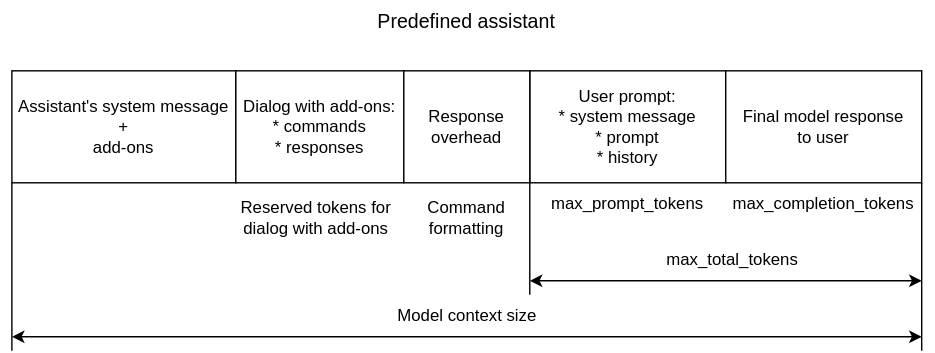
This is predefined_assistant_context_breakdown.svg from epam/ai-dial-assistant, a draw.io export, as it was before one commit. Source tidied: cells renumbered, new cells last; positions are measured from the earlier drawing's top-left corner, leaving out a move shared by most shapes. Source of this version:
```xml
<mxGraphModel>
  <root>
    <mxCell id="0" />
    <mxCell id="1" parent="0" />
    <mxCell id="2" value="Assistant's system message&lt;br&gt;+&lt;br&gt;add-ons" style="rounded=0;whiteSpace=wrap;html=1;" parent="1" vertex="1">
      <mxGeometry y="50" width="160" height="80" as="geometry" />
    </mxCell>
    <mxCell id="3" value="User prompt:&lt;br&gt;* system message&lt;br&gt;* prompt&lt;br&gt;* history" style="rounded=0;whiteSpace=wrap;html=1;" parent="1" vertex="1">
      <mxGeometry x="370" y="50" width="140" height="80" as="geometry" />
    </mxCell>
    <mxCell id="4" value="Dialog with add-ons:&lt;br&gt;* commands&lt;br&gt;* responses" style="rounded=0;whiteSpace=wrap;html=1;" parent="1" vertex="1">
      <mxGeometry x="160" y="50" width="120" height="80" as="geometry" />
    </mxCell>
    <mxCell id="5" value="&lt;font style=&quot;font-size: 14px;&quot;&gt;Predefined assistant&lt;/font&gt;" style="text;html=1;strokeColor=none;fillColor=none;align=center;verticalAlign=middle;whiteSpace=wrap;rounded=0;" parent="1" vertex="1">
      <mxGeometry x="235" width="180" height="30" as="geometry" />
    </mxCell>
    <mxCell id="6" value="Final model response&lt;br&gt;to user" style="rounded=0;whiteSpace=wrap;html=1;" parent="1" vertex="1">
      <mxGeometry x="510" y="50" width="140" height="80" as="geometry" />
    </mxCell>
    <mxCell id="7" value="max_prompt_tokens" style="text;html=1;strokeColor=none;fillColor=none;align=center;verticalAlign=middle;whiteSpace=wrap;rounded=0;" parent="1" vertex="1">
      <mxGeometry x="380" y="130" width="120" height="30" as="geometry" />
    </mxCell>
    <mxCell id="8" value="max_completion_tokens" style="text;html=1;strokeColor=none;fillColor=none;align=center;verticalAlign=middle;whiteSpace=wrap;rounded=0;" parent="1" vertex="1">
      <mxGeometry x="510" y="130" width="140" height="30" as="geometry" />
    </mxCell>
    <mxCell id="9" style="endArrow=none;html=1;rounded=0;entryX=0;entryY=1;entryDx=0;entryDy=0;" parent="1" edge="1" target="3">
      <mxGeometry relative="1" as="geometry">
        <mxPoint x="370" y="210" as="sourcePoint" />
      </mxGeometry>
    </mxCell>
    <mxCell id="10" value="Reserved tokens for dialog with add-ons" style="text;html=1;strokeColor=none;fillColor=none;align=center;verticalAlign=middle;whiteSpace=wrap;rounded=0;" parent="1" vertex="1">
      <mxGeometry x="160" y="140" width="115" height="30" as="geometry" />
    </mxCell>
    <mxCell id="11" style="endArrow=none;html=1;rounded=0;entryX=1;entryY=1;entryDx=0;entryDy=0;" parent="1" edge="1" target="6">
      <mxGeometry relative="1" as="geometry">
        <mxPoint x="650" y="250" as="sourcePoint" />
      </mxGeometry>
    </mxCell>
    <mxCell id="12" style="endArrow=classic;startArrow=classic;html=1;rounded=0;fontStyle=0;" parent="1" edge="1">
      <mxGeometry relative="1" as="geometry">
        <mxPoint x="370" y="200" as="sourcePoint" />
        <mxPoint x="650" y="200" as="targetPoint" />
      </mxGeometry>
    </mxCell>
    <mxCell id="13" value="max_total_tokens" style="text;html=1;strokeColor=none;fillColor=none;align=center;verticalAlign=middle;whiteSpace=wrap;rounded=0;" parent="1" vertex="1">
      <mxGeometry x="460" y="170" width="110" height="30" as="geometry" />
    </mxCell>
    <mxCell id="14" value="Response&lt;br&gt;overhead" style="rounded=0;whiteSpace=wrap;html=1;" parent="1" vertex="1">
      <mxGeometry x="280" y="50" width="90" height="80" as="geometry" />
    </mxCell>
    <mxCell id="15" value="Command formatting" style="text;html=1;strokeColor=none;fillColor=none;align=center;verticalAlign=middle;whiteSpace=wrap;rounded=0;" parent="1" vertex="1">
      <mxGeometry x="295" y="140" width="60" height="30" as="geometry" />
    </mxCell>
    <mxCell id="16" style="endArrow=none;html=1;rounded=0;entryX=0;entryY=1;entryDx=0;entryDy=0;" parent="1" edge="1" target="2">
      <mxGeometry relative="1" as="geometry">
        <mxPoint y="250" as="sourcePoint" />
      </mxGeometry>
    </mxCell>
    <mxCell id="17" style="endArrow=classic;startArrow=classic;html=1;rounded=0;" parent="1" edge="1">
      <mxGeometry relative="1" as="geometry">
        <mxPoint y="240" as="sourcePoint" />
        <mxPoint x="650" y="240" as="targetPoint" />
      </mxGeometry>
    </mxCell>
    <mxCell id="18" value="Model context size" style="text;html=1;strokeColor=none;fillColor=none;align=center;verticalAlign=middle;whiteSpace=wrap;rounded=0;" parent="1" vertex="1">
      <mxGeometry x="272.5" y="210" width="105" height="30" as="geometry" />
    </mxCell>
  </root>
</mxGraphModel>
```
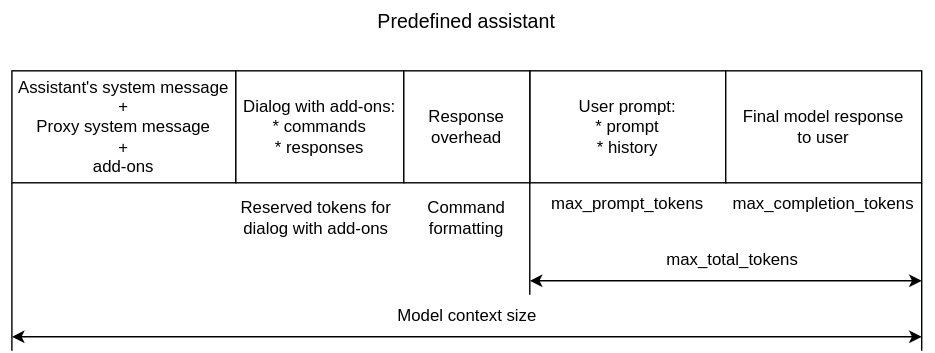
The same file after the commit.

What changed in the source:
```diff
@@ -2,10 +2,10 @@
   <root>
     <mxCell id="0" />
     <mxCell id="1" parent="0" />
-    <mxCell id="2" value="Assistant's system message&lt;br&gt;+&lt;br&gt;add-ons" style="rounded=0;whiteSpace=wrap;html=1;" parent="1" vertex="1">
+    <mxCell id="2" value="Assistant's system message&lt;br&gt;+&lt;br&gt;Proxy system message&lt;br&gt;+&lt;br&gt;add-ons" style="rounded=0;whiteSpace=wrap;html=1;" parent="1" vertex="1">
       <mxGeometry y="50" width="160" height="80" as="geometry" />
     </mxCell>
-    <mxCell id="3" value="User prompt:&lt;br&gt;* system message&lt;br&gt;* prompt&lt;br&gt;* history" style="rounded=0;whiteSpace=wrap;html=1;" parent="1" vertex="1">
+    <mxCell id="3" value="User prompt:&lt;br&gt;* prompt&lt;br&gt;* history" style="rounded=0;whiteSpace=wrap;html=1;" parent="1" vertex="1">
       <mxGeometry x="370" y="50" width="140" height="80" as="geometry" />
     </mxCell>
     <mxCell id="4" value="Dialog with add-ons:&lt;br&gt;* commands&lt;br&gt;* responses" style="rounded=0;whiteSpace=wrap;html=1;" parent="1" vertex="1">
```
